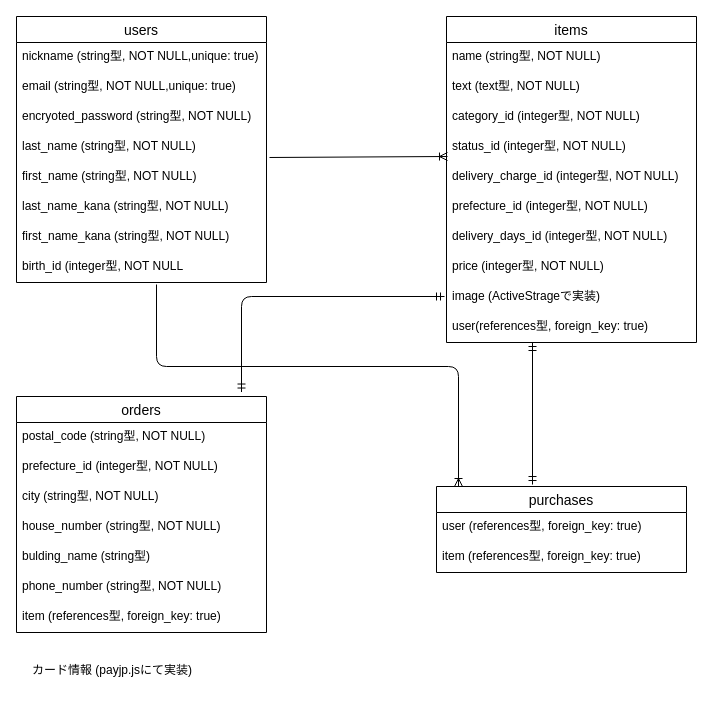
Harano0512/furima-35536 keeps this draw.io diagram as furimaER.dio. Above is the earlier version. Source tidied: cells renumbered, new cells numbered last; positions are measured from the earlier drawing's top-left corner, leaving out a move shared by most shapes. Both pictures are drawn from the tidied source at 100%, with x=0, y=0 at pixel (16, 16).
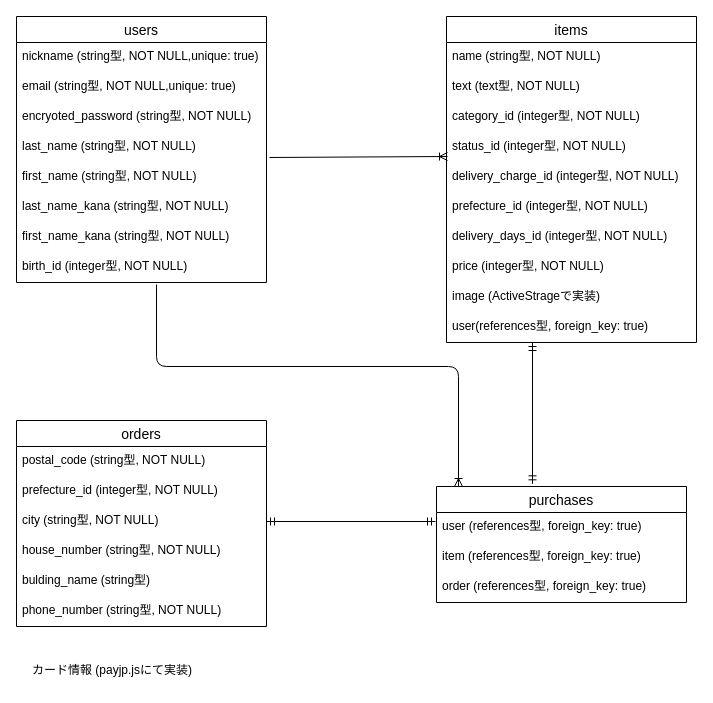
After the change.

The change refers to these unchanged cells:
```xml
<mxCell id="2" value="users" style="swimlane;fontStyle=0;horizontal=1;startSize=26;align=center;fontSize=14;" parent="1" vertex="1">
  <mxGeometry width="250" height="266" as="geometry" />
</mxCell>
<mxCell id="25" value="city (string型, NOT NULL)" style="text;strokeColor=none;fillColor=none;spacingLeft=4;spacingRight=4;overflow=hidden;points=[[0,0.5],[1,0.5]];portConstraint=eastwest;fontSize=12;" parent="22" vertex="1">
  <mxGeometry y="86" width="250" height="30" as="geometry" />
</mxCell>
<mxCell id="35" value="user (references型, foreign_key: true)" style="text;strokeColor=none;fillColor=none;spacingLeft=4;spacingRight=4;overflow=hidden;points=[[0,0.5],[1,0.5]];portConstraint=eastwest;fontSize=12;" parent="34" vertex="1">
  <mxGeometry y="26" width="250" height="30" as="geometry" />
</mxCell>
```

Diff of the diagram source:
```diff
@@
-    <mxCell id="10" value="birth_id (integer型, NOT NULL" style="text;strokeColor=none;fillColor=none;spacingLeft=4;spacingRight=4;overflow=hidden;fontSize=12;" parent="2" vertex="1">
+    <mxCell id="10" value="birth_id (integer型, NOT NULL)" style="text;strokeColor=none;fillColor=none;spacingLeft=4;spacingRight=4;overflow=hidden;fontSize=12;" parent="2" vertex="1">
       <mxGeometry y="236" width="250" height="30" as="geometry" />
     </mxCell>
@@
     <mxCell id="22" value="orders" style="swimlane;fontStyle=0;horizontal=1;startSize=26;align=center;fontSize=14;" parent="1" vertex="1">
-      <mxGeometry y="380" width="250" height="236" as="geometry" />
+      <mxGeometry y="404" width="250" height="206" as="geometry" />
     </mxCell>
@@
-    <mxCell id="29" value="item (references型, foreign_key: true)" style="text;strokeColor=none;fillColor=none;spacingLeft=4;spacingRight=4;overflow=hidden;fontSize=12;" parent="22" vertex="1">
-      <mxGeometry y="206" width="250" height="30" as="geometry" />
-    </mxCell>
-    <mxCell id="30" style="fontSize=12;html=1;endArrow=ERmandOne;startArrow=ERmandOne;exitX=0.9;exitY=-0.019;exitDx=0;exitDy=0;exitPerimeter=0;edgeStyle=orthogonalEdgeStyle;" parent="1" edge="1" source="22">
-      <mxGeometry relative="1" as="geometry">
-        <mxPoint x="428" y="280" as="targetPoint" />
-        <Array as="points">
-          <mxPoint x="225" y="280" />
-        </Array>
-      </mxGeometry>
+    <mxCell id="30" style="fontSize=12;html=1;endArrow=ERmandOne;startArrow=ERmandOne;exitX=1;exitY=0.5;exitDx=0;exitDy=0;edgeStyle=orthogonalEdgeStyle;entryX=-0.004;entryY=0.3;entryDx=0;entryDy=0;entryPerimeter=0;" parent="1" edge="1" source="25" target="35">
+      <mxGeometry relative="1" as="geometry" />
     </mxCell>
@@
     <mxCell id="34" value="purchases" style="swimlane;fontStyle=0;horizontal=1;startSize=26;align=center;fontSize=14;" parent="1" vertex="1">
-      <mxGeometry x="420" y="470" width="250" height="86" as="geometry" />
+      <mxGeometry x="420" y="470" width="250" height="116" as="geometry" />
     </mxCell>
@@
+    <mxCell id="29" value="order (references型, foreign_key: true)" style="text;strokeColor=none;fillColor=none;spacingLeft=4;spacingRight=4;overflow=hidden;fontSize=12;" parent="34" vertex="1">
+      <mxGeometry y="86" width="250" height="30" as="geometry" />
+    </mxCell>
```
